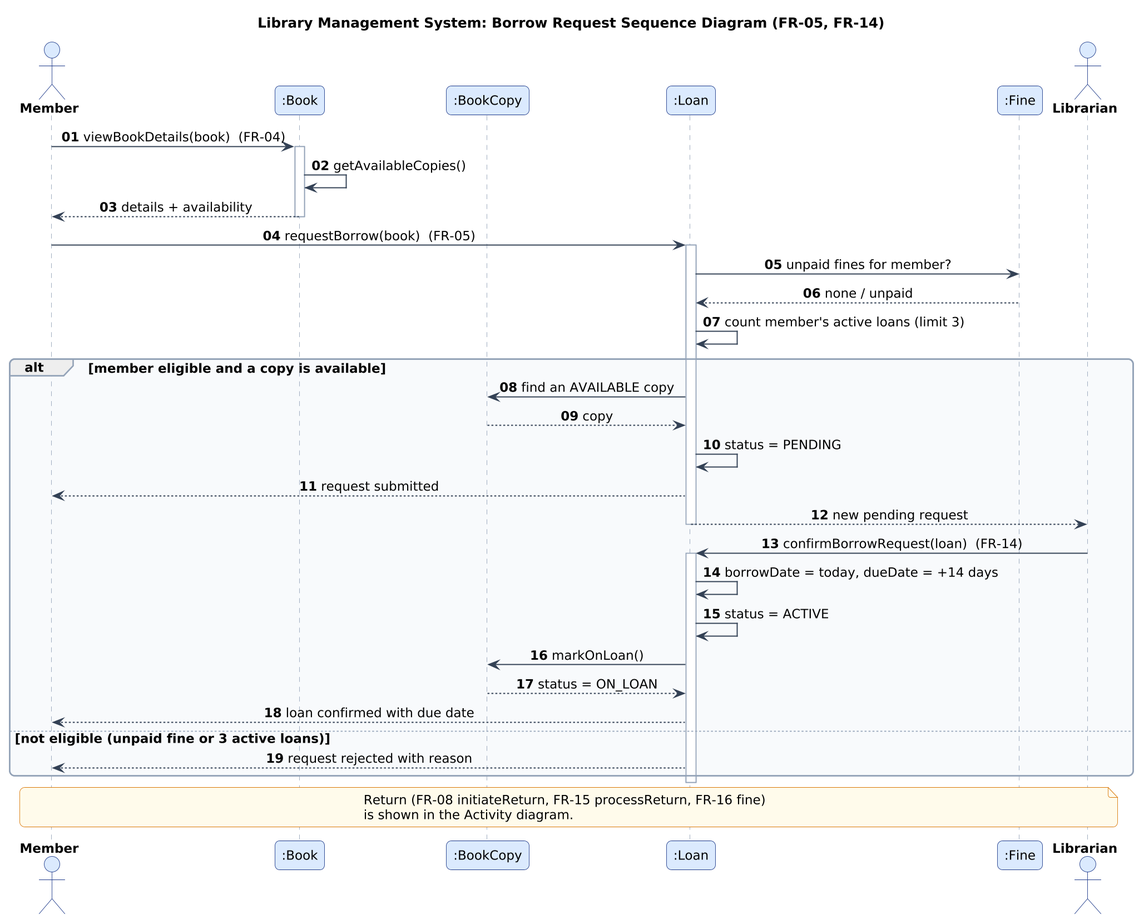
Hassan3443/library-management-system keeps this PlantUML diagram as diagrams/sequence-diagram.png. Above is the earlier version.
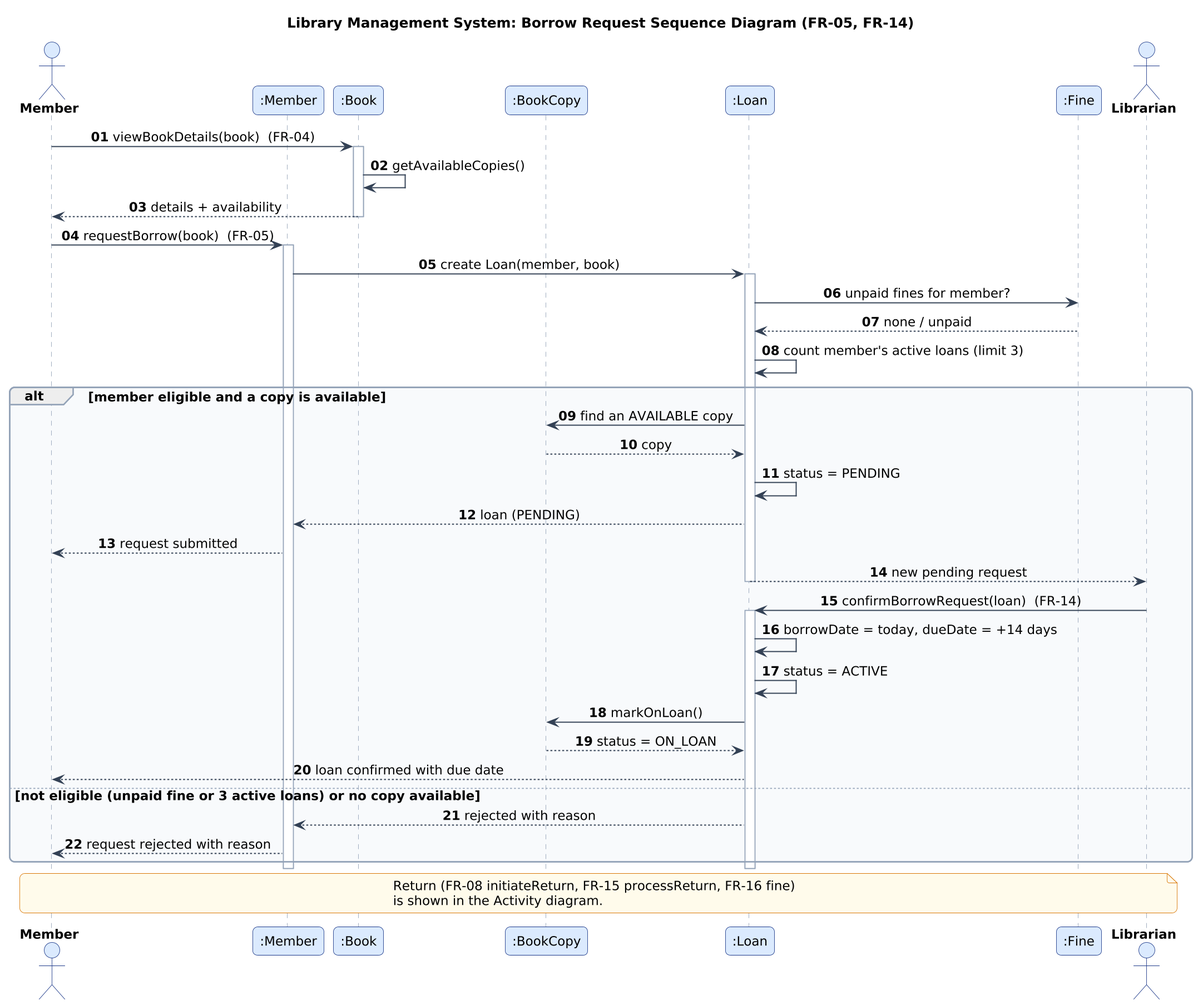
After the commit.

Commit message:
Home page loads app.js (logout), sequence: Member creates Loan, else covers no copy

The edit, as a diff of the source:
```diff
@@ -5,6 +5,7 @@
 autonumber "<b>00"
 
 actor "Member" as M
+participant ":Member" as MO
 participant ":Book" as B
 participant ":BookCopy" as C
 participant ":Loan" as L
@@ -17,7 +18,9 @@
 B --> M : details + availability
 deactivate B
 
-M -> L : requestBorrow(book)  (FR-05)
+M -> MO : requestBorrow(book)  (FR-05)
+activate MO
+MO -> L : create Loan(member, book)
 activate L
 L -> F : unpaid fines for member?
 F --> L : none / unpaid
@@ -26,7 +29,8 @@
   L -> C : find an AVAILABLE copy
   C --> L : copy
   L -> L : status = PENDING
-  L --> M : request submitted
+  L --> MO : loan (PENDING)
+  MO --> M : request submitted
   L --> LB : new pending request
   deactivate L
   LB -> L : confirmBorrowRequest(loan)  (FR-14)
@@ -36,10 +40,12 @@
   L -> C : markOnLoan()
   C --> L : status = ON_LOAN
   L --> M : loan confirmed with due date
-else not eligible (unpaid fine or 3 active loans)
-  L --> M : request rejected with reason
+else not eligible (unpaid fine or 3 active loans) or no copy available
+  L --> MO : rejected with reason
+  MO --> M : request rejected with reason
 end
 deactivate L
+deactivate MO
 
 note over M, LB
   Return (FR-08 initiateReturn, FR-15 processReturn, FR-16 fine)
```
